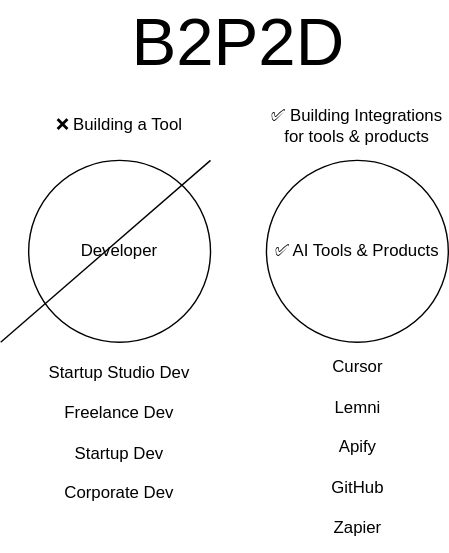
Earlier version of the draw.io export public/pitchdeck/user.drawio.svg (CodeFromAnywhere/actionschema-homepage). Source tidied: cells renumbered, new cells last; positions are measured from the earlier drawing's top-left corner, leaving out a move shared by most shapes. Source of this version:
```xml
<mxGraphModel>
  <root>
    <mxCell id="0" />
    <mxCell id="1" parent="0" />
    <mxCell id="2" value="Developer" style="ellipse;whiteSpace=wrap;html=1;" parent="1" vertex="1">
      <mxGeometry x="20" y="100" width="130" height="130" as="geometry" />
    </mxCell>
    <mxCell id="3" value="✅ AI Tools &amp;amp; Products" style="ellipse;whiteSpace=wrap;html=1;" parent="1" vertex="1">
      <mxGeometry x="190" y="100" width="130" height="130" as="geometry" />
    </mxCell>
    <mxCell id="4" value="Startup Studio Dev&lt;br&gt;&lt;br&gt;Freelance Dev&lt;br&gt;&lt;br&gt;Startup Dev&lt;br&gt;&lt;br&gt;Corporate Dev" style="text;html=1;strokeColor=none;fillColor=none;align=center;verticalAlign=middle;whiteSpace=wrap;rounded=0;" parent="1" vertex="1">
      <mxGeometry x="25" y="240" width="120" height="110" as="geometry" />
    </mxCell>
    <mxCell id="5" value="Cursor&lt;br&gt;&lt;br&gt;Lemni&lt;br&gt;&lt;br&gt;Apify&lt;br&gt;&lt;br&gt;GitHub&lt;br&gt;&lt;br&gt;Zapier" style="text;html=1;strokeColor=none;fillColor=none;align=center;verticalAlign=middle;whiteSpace=wrap;rounded=0;" parent="1" vertex="1">
      <mxGeometry x="212.5" y="230" width="85" height="150" as="geometry" />
    </mxCell>
    <mxCell id="6" value="✅ Building Integrations for tools &amp;amp; products" style="text;html=1;strokeColor=none;fillColor=none;align=center;verticalAlign=middle;whiteSpace=wrap;rounded=0;" parent="1" vertex="1">
      <mxGeometry x="190" y="60" width="130" height="30" as="geometry" />
    </mxCell>
    <mxCell id="7" value="❌ Building a Tool" style="text;html=1;strokeColor=none;fillColor=none;align=center;verticalAlign=middle;whiteSpace=wrap;rounded=0;" parent="1" vertex="1">
      <mxGeometry x="20" y="60" width="130" height="30" as="geometry" />
    </mxCell>
    <mxCell id="8" style="endArrow=none;html=1;" parent="1" edge="1">
      <mxGeometry relative="1" as="geometry">
        <mxPoint y="230" as="sourcePoint" />
        <mxPoint x="150" y="100" as="targetPoint" />
      </mxGeometry>
    </mxCell>
    <mxCell id="9" value="&lt;font style=&quot;font-size: 48px;&quot;&gt;B2P2D&lt;/font&gt;" style="text;html=1;strokeColor=none;fillColor=none;align=center;verticalAlign=middle;whiteSpace=wrap;rounded=0;" parent="1" vertex="1">
      <mxGeometry x="140" width="60" height="30" as="geometry" />
    </mxCell>
  </root>
</mxGraphModel>
```
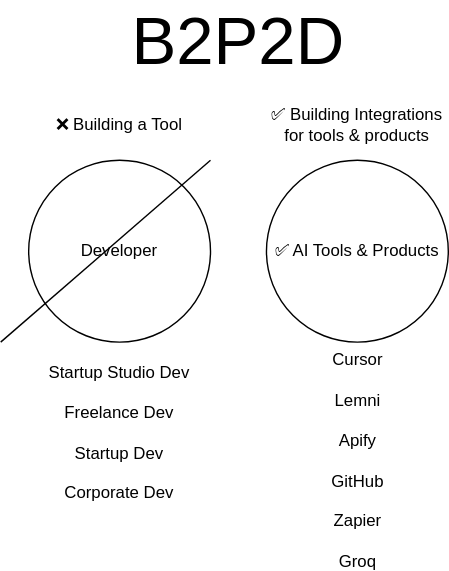
The same file after the commit.

Change to the diagram source:
```diff
@@ -11,8 +11,8 @@
     <mxCell id="4" value="Startup Studio Dev&lt;br&gt;&lt;br&gt;Freelance Dev&lt;br&gt;&lt;br&gt;Startup Dev&lt;br&gt;&lt;br&gt;Corporate Dev" style="text;html=1;strokeColor=none;fillColor=none;align=center;verticalAlign=middle;whiteSpace=wrap;rounded=0;" parent="1" vertex="1">
       <mxGeometry x="25" y="240" width="120" height="110" as="geometry" />
     </mxCell>
-    <mxCell id="5" value="Cursor&lt;br&gt;&lt;br&gt;Lemni&lt;br&gt;&lt;br&gt;Apify&lt;br&gt;&lt;br&gt;GitHub&lt;br&gt;&lt;br&gt;Zapier" style="text;html=1;strokeColor=none;fillColor=none;align=center;verticalAlign=middle;whiteSpace=wrap;rounded=0;" parent="1" vertex="1">
-      <mxGeometry x="212.5" y="230" width="85" height="150" as="geometry" />
+    <mxCell id="5" value="Cursor&lt;br&gt;&lt;br&gt;Lemni&lt;br&gt;&lt;br&gt;Apify&lt;br&gt;&lt;br&gt;GitHub&lt;br&gt;&lt;br&gt;Zapier&lt;br&gt;&lt;br&gt;Groq" style="text;html=1;strokeColor=none;fillColor=none;align=center;verticalAlign=middle;whiteSpace=wrap;rounded=0;" parent="1" vertex="1">
+      <mxGeometry x="212.5" y="240" width="85" height="150" as="geometry" />
     </mxCell>
     <mxCell id="6" value="✅ Building Integrations for tools &amp;amp; products" style="text;html=1;strokeColor=none;fillColor=none;align=center;verticalAlign=middle;whiteSpace=wrap;rounded=0;" parent="1" vertex="1">
       <mxGeometry x="190" y="60" width="130" height="30" as="geometry" />
```
